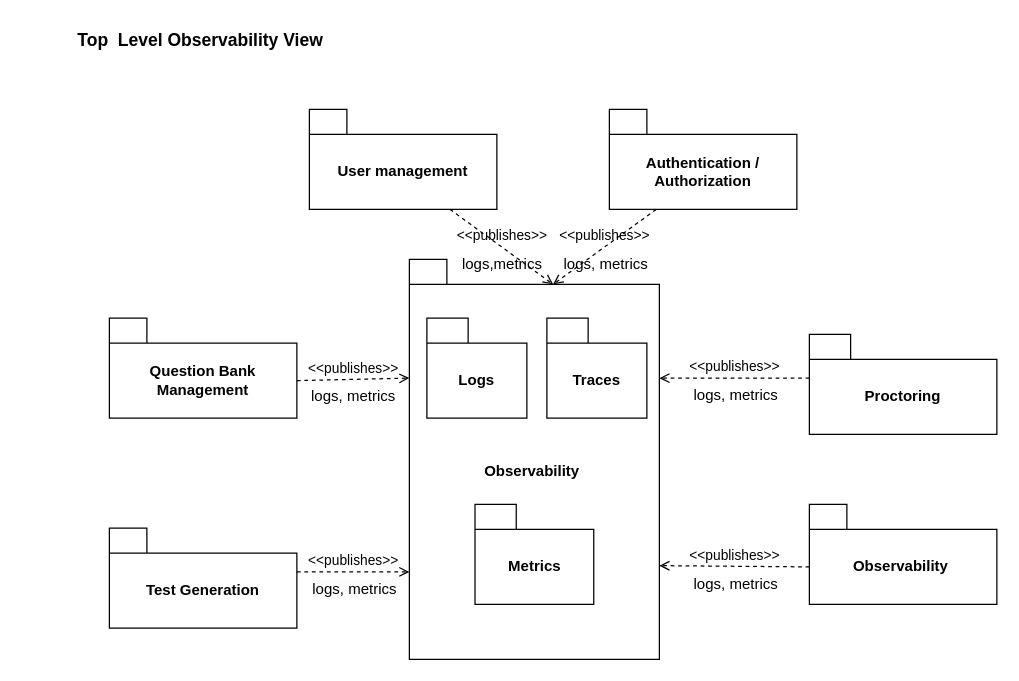
Swaraj-Bharti/softwarearchitectcert keeps this draw.io diagram as Observability Top level view .drawio. Above is the earlier version. Source tidied: cells renumbered, new cells numbered last; positions are measured from the earlier drawing's top-left corner, leaving out a move shared by most shapes. Both pictures are drawn from the tidied source at 125%, with x=0, y=0 at pixel (21, 21).
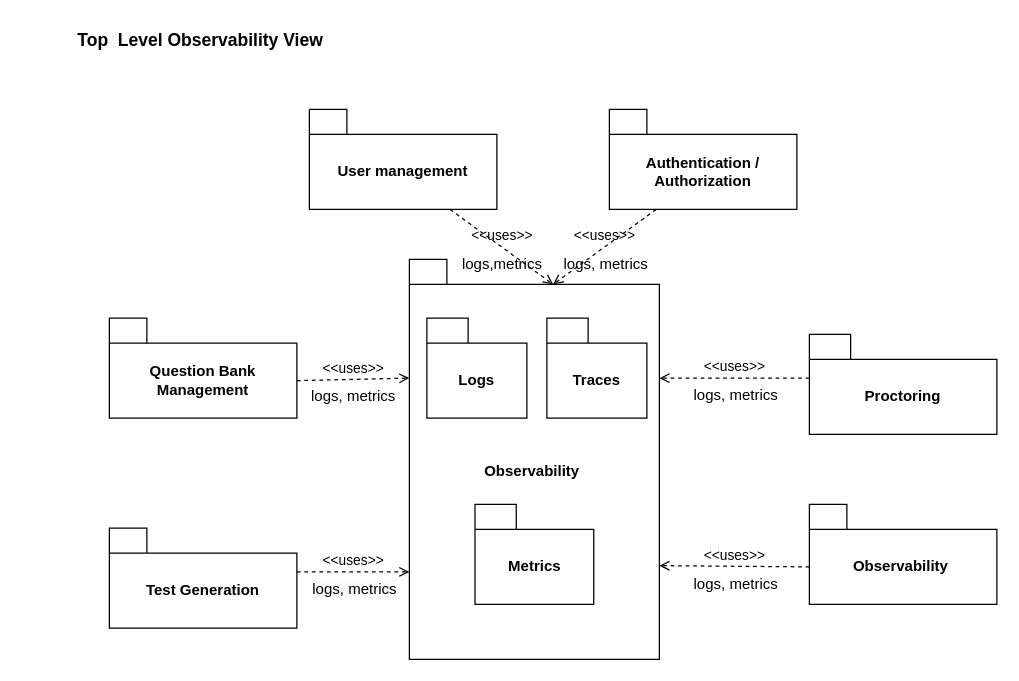
After the change.

The change refers to these unchanged cells:
```xml
<mxCell id="2" value="Proctoring" style="shape=folder;fontStyle=1;tabWidth=33;tabHeight=20;tabPosition=left;html=1;boundedLbl=1;whiteSpace=wrap;" parent="1" vertex="1">
  <mxGeometry x="630" y="250" width="150" height="80" as="geometry" />
</mxCell>
<mxCell id="3" value="Question Bank Management" style="shape=folder;fontStyle=1;tabWidth=30;tabHeight=20;tabPosition=left;html=1;boundedLbl=1;whiteSpace=wrap;" parent="1" vertex="1">
  <mxGeometry x="70" y="237" width="150" height="80" as="geometry" />
</mxCell>
<mxCell id="4" value="Test Generation" style="shape=folder;fontStyle=1;tabWidth=30;tabHeight=20;tabPosition=left;html=1;boundedLbl=1;whiteSpace=wrap;" parent="1" vertex="1">
  <mxGeometry x="70" y="405" width="150" height="80" as="geometry" />
</mxCell>
<mxCell id="5" value="Authentication /&lt;br&gt;Authorization" style="shape=folder;fontStyle=1;tabWidth=30;tabHeight=20;tabPosition=left;html=1;boundedLbl=1;whiteSpace=wrap;" parent="1" vertex="1">
  <mxGeometry x="470" y="70" width="150" height="80" as="geometry" />
</mxCell>
<mxCell id="6" value="User management" style="shape=folder;fontStyle=1;tabWidth=30;tabHeight=20;tabPosition=left;html=1;boundedLbl=1;whiteSpace=wrap;" parent="1" vertex="1">
  <mxGeometry x="230" y="70" width="150" height="80" as="geometry" />
</mxCell>
<mxCell id="7" value="Observability&amp;nbsp;" style="shape=folder;fontStyle=1;tabWidth=30;tabHeight=20;tabPosition=left;html=1;boundedLbl=1;whiteSpace=wrap;" parent="1" vertex="1">
  <mxGeometry x="310" y="190" width="200" height="320" as="geometry" />
</mxCell>
<mxCell id="8" value="Observability&amp;nbsp;" style="shape=folder;fontStyle=1;tabWidth=30;tabHeight=20;tabPosition=left;html=1;boundedLbl=1;whiteSpace=wrap;" parent="1" vertex="1">
  <mxGeometry x="630" y="386" width="150" height="80" as="geometry" />
</mxCell>
```

Change to the diagram source:
```diff
@@
-    <mxCell id="9" value="&amp;lt;&amp;lt;publishes&amp;gt;&amp;gt;" style="endArrow=open;html=1;rounded=0;align=center;verticalAlign=bottom;dashed=1;endFill=0;labelBackgroundColor=none;exitX=0;exitY=0;exitDx=150;exitDy=50;exitPerimeter=0;entryX=0;entryY=0;entryDx=0;entryDy=95;entryPerimeter=0;" parent="1" edge="1" source="3" target="7">
+    <mxCell id="9" value="&amp;lt;&amp;lt;uses&amp;gt;&amp;gt;" style="endArrow=open;html=1;rounded=0;align=center;verticalAlign=bottom;dashed=1;endFill=0;labelBackgroundColor=none;exitX=0;exitY=0;exitDx=150;exitDy=50;exitPerimeter=0;entryX=0;entryY=0;entryDx=0;entryDy=95;entryPerimeter=0;" parent="1" edge="1" source="3" target="7">
       <mxGeometry relative="1" as="geometry" />
     </mxCell>
@@
-    <mxCell id="11" value="&amp;lt;&amp;lt;publishes&amp;gt;&amp;gt;" style="endArrow=open;html=1;rounded=0;align=center;verticalAlign=bottom;dashed=1;endFill=0;labelBackgroundColor=none;exitX=0;exitY=0;exitDx=150;exitDy=35;exitPerimeter=0;" parent="1" edge="1" source="4">
+    <mxCell id="11" value="&amp;lt;&amp;lt;uses&amp;gt;&amp;gt;" style="endArrow=open;html=1;rounded=0;align=center;verticalAlign=bottom;dashed=1;endFill=0;labelBackgroundColor=none;exitX=0;exitY=0;exitDx=150;exitDy=35;exitPerimeter=0;" parent="1" edge="1" source="4">
       <mxGeometry relative="1" as="geometry">
         <mxPoint x="310" y="440" as="targetPoint" />
       </mxGeometry>
     </mxCell>
@@
-    <mxCell id="13" value="&amp;lt;&amp;lt;publishes&amp;gt;&amp;gt;" style="endArrow=open;html=1;rounded=0;align=center;verticalAlign=bottom;dashed=1;endFill=0;labelBackgroundColor=none;entryX=0;entryY=0;entryDx=200;entryDy=95;entryPerimeter=0;exitX=0;exitY=0;exitDx=0;exitDy=35;exitPerimeter=0;" parent="1" edge="1" source="2" target="7">
+    <mxCell id="13" value="&amp;lt;&amp;lt;uses&amp;gt;&amp;gt;" style="endArrow=open;html=1;rounded=0;align=center;verticalAlign=bottom;dashed=1;endFill=0;labelBackgroundColor=none;entryX=0;entryY=0;entryDx=200;entryDy=95;entryPerimeter=0;exitX=0;exitY=0;exitDx=0;exitDy=35;exitPerimeter=0;" parent="1" edge="1" source="2" target="7">
       <mxGeometry relative="1" as="geometry" />
     </mxCell>
@@
-    <mxCell id="15" value="&amp;lt;&amp;lt;publishes&amp;gt;&amp;gt;" style="endArrow=open;html=1;rounded=0;align=center;verticalAlign=bottom;dashed=1;endFill=0;labelBackgroundColor=none;exitX=0;exitY=0;exitDx=0;exitDy=50;exitPerimeter=0;entryX=0;entryY=0;entryDx=200;entryDy=245;entryPerimeter=0;" parent="1" edge="1" source="8" target="7">
+    <mxCell id="15" value="&amp;lt;&amp;lt;uses&amp;gt;&amp;gt;" style="endArrow=open;html=1;rounded=0;align=center;verticalAlign=bottom;dashed=1;endFill=0;labelBackgroundColor=none;exitX=0;exitY=0;exitDx=0;exitDy=50;exitPerimeter=0;entryX=0;entryY=0;entryDx=200;entryDy=245;entryPerimeter=0;" parent="1" edge="1" source="8" target="7">
       <mxGeometry relative="1" as="geometry" />
     </mxCell>
@@
-    <mxCell id="17" value="&amp;lt;&amp;lt;publishes&amp;gt;&amp;gt;" style="endArrow=open;html=1;rounded=0;align=center;verticalAlign=bottom;dashed=1;endFill=0;labelBackgroundColor=none;exitX=0.75;exitY=1;exitDx=0;exitDy=0;exitPerimeter=0;entryX=0;entryY=0;entryDx=115;entryDy=20;entryPerimeter=0;" parent="1" edge="1" source="6" target="7">
+    <mxCell id="17" value="&amp;lt;&amp;lt;uses&amp;gt;&amp;gt;" style="endArrow=open;html=1;rounded=0;align=center;verticalAlign=bottom;dashed=1;endFill=0;labelBackgroundColor=none;exitX=0.75;exitY=1;exitDx=0;exitDy=0;exitPerimeter=0;entryX=0;entryY=0;entryDx=115;entryDy=20;entryPerimeter=0;" parent="1" edge="1" source="6" target="7">
       <mxGeometry relative="1" as="geometry" />
     </mxCell>
@@
-    <mxCell id="19" value="&amp;lt;&amp;lt;publishes&amp;gt;&amp;gt;" style="endArrow=open;html=1;rounded=0;align=center;verticalAlign=bottom;dashed=1;endFill=0;labelBackgroundColor=none;exitX=0.25;exitY=1;exitDx=0;exitDy=0;exitPerimeter=0;entryX=0;entryY=0;entryDx=115;entryDy=20;entryPerimeter=0;" parent="1" edge="1" source="5" target="7">
+    <mxCell id="19" value="&amp;lt;&amp;lt;uses&amp;gt;&amp;gt;" style="endArrow=open;html=1;rounded=0;align=center;verticalAlign=bottom;dashed=1;endFill=0;labelBackgroundColor=none;exitX=0.25;exitY=1;exitDx=0;exitDy=0;exitPerimeter=0;entryX=0;entryY=0;entryDx=115;entryDy=20;entryPerimeter=0;" parent="1" edge="1" source="5" target="7">
       <mxGeometry relative="1" as="geometry" />
     </mxCell>
```
